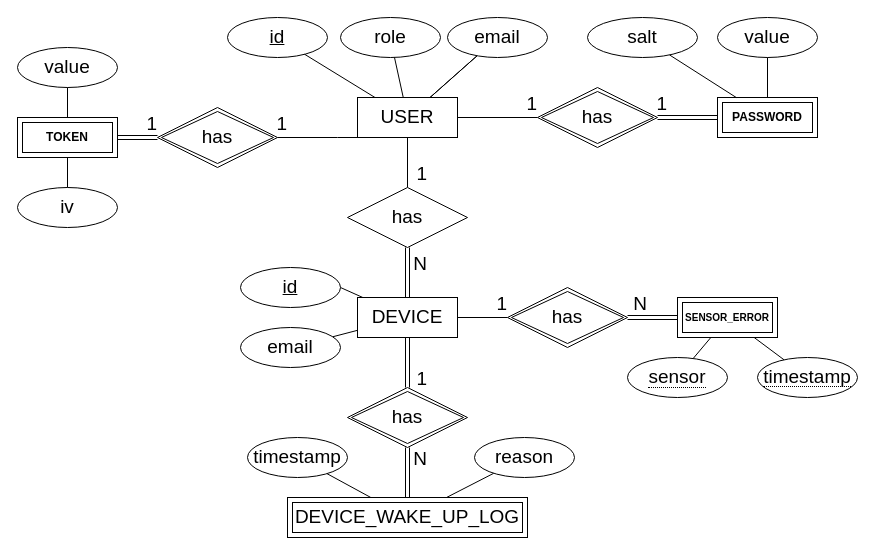
Before: Diagrams/PostgresDB-diagram.drawio in MiguelRocha2001/PS-Monitor-IoT-System, a draw.io diagram. Source tidied: cells renumbered, new cells numbered last; positions are measured from the earlier drawing's top-left corner, leaving out a move shared by most shapes. Both pictures are drawn from the tidied source at 100%, with x=0, y=0 at pixel (17, 17).
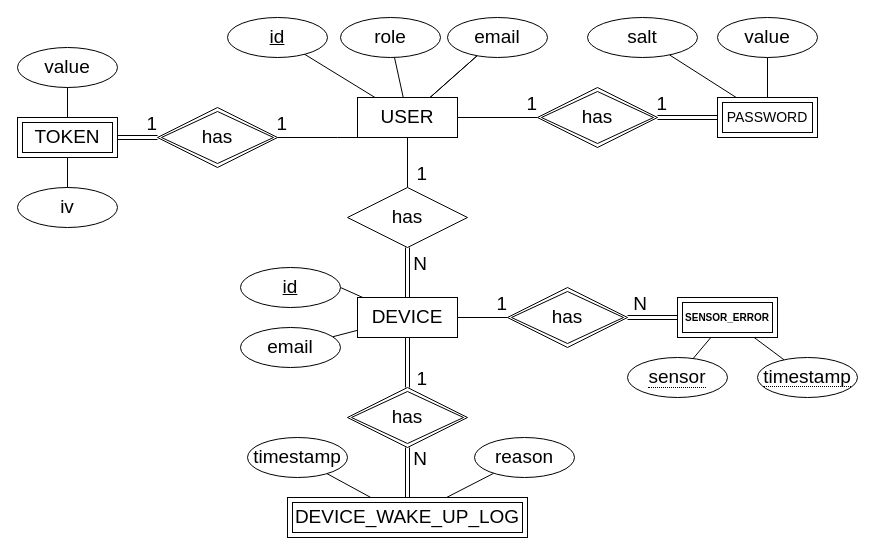
The same page after the edit.

What changed in the source:
```diff
@@
-    <mxCell id="43" value="PASSWORD" style="shape=ext;margin=3;double=1;whiteSpace=wrap;html=1;align=center;fontStyle=1;" parent="1" vertex="1">
+    <mxCell id="43" value="PASSWORD" style="shape=ext;margin=3;double=1;whiteSpace=wrap;html=1;align=center;fontStyle=0;fontSize=14;" parent="1" vertex="1">
       <mxGeometry x="700" y="80" width="100" height="40" as="geometry" />
     </mxCell>
@@
-    <mxCell id="48" value="TOKEN" style="shape=ext;margin=3;double=1;whiteSpace=wrap;html=1;align=center;fontStyle=1;" parent="1" vertex="1">
+    <mxCell id="48" value="TOKEN" style="shape=ext;margin=3;double=1;whiteSpace=wrap;html=1;align=center;fontStyle=0;fontSize=19;" parent="1" vertex="1">
       <mxGeometry y="100" width="100" height="40" as="geometry" />
     </mxCell>
```
